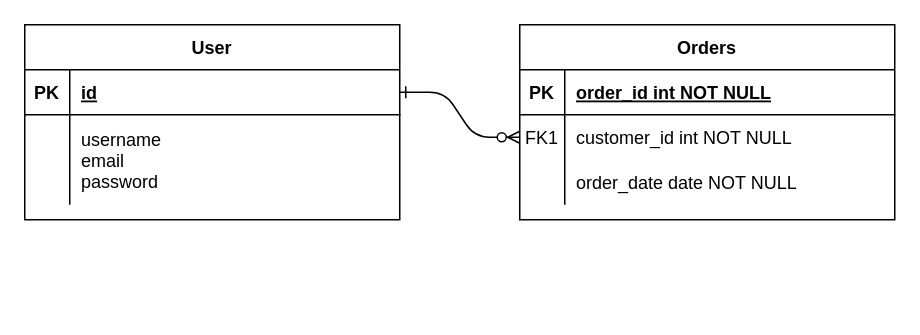
Before: Untitled Diagram.drawio in realib1/access_key_manager, a draw.io diagram. Source tidied: cells renumbered, new cells numbered last; positions are measured from the earlier drawing's top-left corner, leaving out a move shared by most shapes. Both pictures are drawn from the tidied source at 150%, with x=0, y=0 at pixel (24, 24).
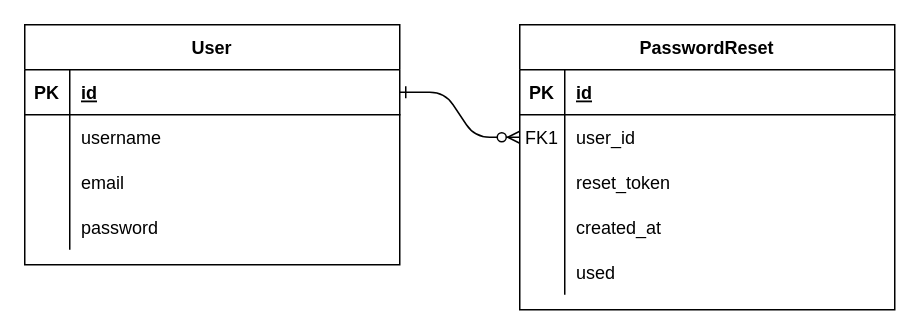
The same page after the edit.

The change refers to these unchanged cells:
```xml
<mxCell id="4" style="shape=partialRectangle;fillColor=none;top=0;left=0;right=0;bottom=1;" parent="3" vertex="1">
  <mxGeometry y="30" width="250" height="30" as="geometry" />
</mxCell>
<mxCell id="7" style="shape=partialRectangle;fillColor=none;points=[[0,0.5],[1,0.5]];portConstraint=eastwest;top=0;left=0;right=0;bottom=0;" parent="3" vertex="1">
  <mxGeometry y="60" width="250" height="30" as="geometry" />
</mxCell>
<mxCell id="10" style="shape=partialRectangle;fillColor=none;top=0;left=0;right=0;bottom=0;" parent="3" vertex="1">
  <mxGeometry y="90" width="250" height="30" as="geometry" />
</mxCell>
```

Change to the diagram source:
```diff
@@
-    <mxCell id="3" value="Orders" style="shape=table;startSize=30;childLayout=tableLayout;rowLines=0;fontStyle=1;align=center;" parent="1" vertex="1">
-      <mxGeometry x="330" width="250" height="130" as="geometry" />
+    <mxCell id="3" value="PasswordReset" style="shape=table;startSize=30;childLayout=tableLayout;rowLines=0;fontStyle=1;align=center;" parent="1" vertex="1">
+      <mxGeometry x="330" width="250" height="190" as="geometry" />
     </mxCell>
@@
-    <mxCell id="6" value="order_id int NOT NULL " style="shape=partialRectangle;overflow=hidden;fillColor=none;top=0;left=0;bottom=0;right=0;align=left;spacingLeft=6;fontStyle=5;" parent="4" vertex="1">
+    <mxCell id="6" value="id" style="shape=partialRectangle;overflow=hidden;fillColor=none;top=0;left=0;bottom=0;right=0;align=left;spacingLeft=6;fontStyle=5;" parent="4" vertex="1">
       <mxGeometry x="30" width="220" height="30" as="geometry" />
     </mxCell>
@@
-    <mxCell id="9" value="customer_id int NOT NULL" style="shape=partialRectangle;overflow=hidden;fillColor=none;top=0;left=0;bottom=0;right=0;align=left;spacingLeft=6;" parent="7" vertex="1">
+    <mxCell id="9" value="user_id" style="shape=partialRectangle;overflow=hidden;fillColor=none;top=0;left=0;bottom=0;right=0;align=left;spacingLeft=6;" parent="7" vertex="1">
       <mxGeometry x="30" width="220" height="30" as="geometry" />
     </mxCell>
@@
-    <mxCell id="12" value="order_date date NOT NULL" style="shape=partialRectangle;overflow=hidden;fillColor=none;top=0;left=0;bottom=0;right=0;align=left;spacingLeft=6;" parent="10" vertex="1">
+    <mxCell id="12" value="reset_token" style="shape=partialRectangle;overflow=hidden;fillColor=none;top=0;left=0;bottom=0;right=0;align=left;spacingLeft=6;" parent="10" vertex="1">
       <mxGeometry x="30" width="220" height="30" as="geometry" />
     </mxCell>
+    <mxCell id="20" style="shape=partialRectangle;fillColor=none;top=0;left=0;right=0;bottom=0;" parent="3" vertex="1">
+      <mxGeometry y="120" width="250" height="30" as="geometry" />
+    </mxCell>
+    <mxCell id="21" style="shape=partialRectangle;overflow=hidden;fillColor=none;top=0;left=0;bottom=0;right=0;" parent="20" vertex="1">
+      <mxGeometry width="30" height="30" as="geometry" />
+    </mxCell>
+    <mxCell id="22" value="created_at" style="shape=partialRectangle;overflow=hidden;fillColor=none;top=0;left=0;bottom=0;right=0;align=left;spacingLeft=6;" parent="20" vertex="1">
+      <mxGeometry x="30" width="220" height="30" as="geometry" />
+    </mxCell>
+    <mxCell id="23" style="shape=partialRectangle;fillColor=none;top=0;left=0;right=0;bottom=0;" parent="3" vertex="1">
+      <mxGeometry y="150" width="250" height="30" as="geometry" />
+    </mxCell>
+    <mxCell id="24" style="shape=partialRectangle;overflow=hidden;fillColor=none;top=0;left=0;bottom=0;right=0;" parent="23" vertex="1">
+      <mxGeometry width="30" height="30" as="geometry" />
+    </mxCell>
+    <mxCell id="25" value="used" style="shape=partialRectangle;overflow=hidden;fillColor=none;top=0;left=0;bottom=0;right=0;align=left;spacingLeft=6;" parent="23" vertex="1">
+      <mxGeometry x="30" width="220" height="30" as="geometry" />
+    </mxCell>
     <mxCell id="13" value="User" style="shape=table;startSize=30;childLayout=tableLayout;rowLines=0;fontStyle=1;align=center;" parent="1" vertex="1">
-      <mxGeometry width="250" height="130" as="geometry" />
+      <mxGeometry width="250" height="160" as="geometry" />
     </mxCell>
@@
     <mxCell id="17" style="shape=partialRectangle;fillColor=none;top=0;left=0;right=0;bottom=0;" parent="13" vertex="1">
-      <mxGeometry y="60" width="250" height="60" as="geometry" />
+      <mxGeometry y="60" width="250" height="30" as="geometry" />
     </mxCell>
     <mxCell id="18" style="shape=partialRectangle;overflow=hidden;fillColor=none;top=0;left=0;bottom=0;right=0;" parent="17" vertex="1">
-      <mxGeometry width="30" height="60" as="geometry" />
+      <mxGeometry width="30" height="30" as="geometry" />
     </mxCell>
-    <mxCell id="19" value="username&#10;email&#10;password" style="shape=partialRectangle;overflow=hidden;fillColor=none;top=0;left=0;bottom=0;right=0;align=left;spacingLeft=6;" parent="17" vertex="1">
-      <mxGeometry x="30" width="220" height="60" as="geometry" />
+    <mxCell id="19" value="username" style="shape=partialRectangle;overflow=hidden;fillColor=none;top=0;left=0;bottom=0;right=0;align=left;spacingLeft=6;" parent="17" vertex="1">
+      <mxGeometry x="30" width="220" height="30" as="geometry" />
     </mxCell>
+    <mxCell id="26" style="shape=partialRectangle;fillColor=none;top=0;left=0;right=0;bottom=0;" parent="13" vertex="1">
+      <mxGeometry y="90" width="250" height="30" as="geometry" />
+    </mxCell>
+    <mxCell id="27" style="shape=partialRectangle;overflow=hidden;fillColor=none;top=0;left=0;bottom=0;right=0;" parent="26" vertex="1">
+      <mxGeometry width="30" height="30" as="geometry" />
+    </mxCell>
+    <mxCell id="28" value="email" style="shape=partialRectangle;overflow=hidden;fillColor=none;top=0;left=0;bottom=0;right=0;align=left;spacingLeft=6;" parent="26" vertex="1">
+      <mxGeometry x="30" width="220" height="30" as="geometry" />
+    </mxCell>
+    <mxCell id="29" style="shape=partialRectangle;fillColor=none;top=0;left=0;right=0;bottom=0;" parent="13" vertex="1">
+      <mxGeometry y="120" width="250" height="30" as="geometry" />
+    </mxCell>
+    <mxCell id="30" style="shape=partialRectangle;overflow=hidden;fillColor=none;top=0;left=0;bottom=0;right=0;" parent="29" vertex="1">
+      <mxGeometry width="30" height="30" as="geometry" />
+    </mxCell>
+    <mxCell id="31" value="password" style="shape=partialRectangle;overflow=hidden;fillColor=none;top=0;left=0;bottom=0;right=0;align=left;spacingLeft=6;" parent="29" vertex="1">
+      <mxGeometry x="30" width="220" height="30" as="geometry" />
+    </mxCell>
```
